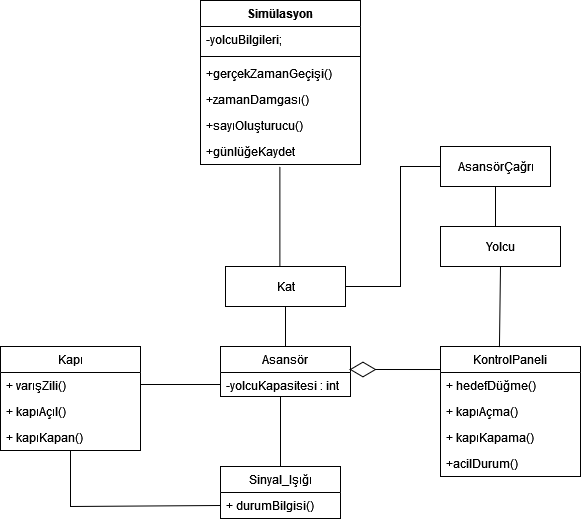
This is AsansorSim.drawio.png from Syenta-Elf/OOP-Diagrams, a draw.io export, as it was before one commit. Source tidied: cells renumbered, new cells last; positions are measured from the earlier drawing's top-left corner, leaving out a move shared by most shapes.
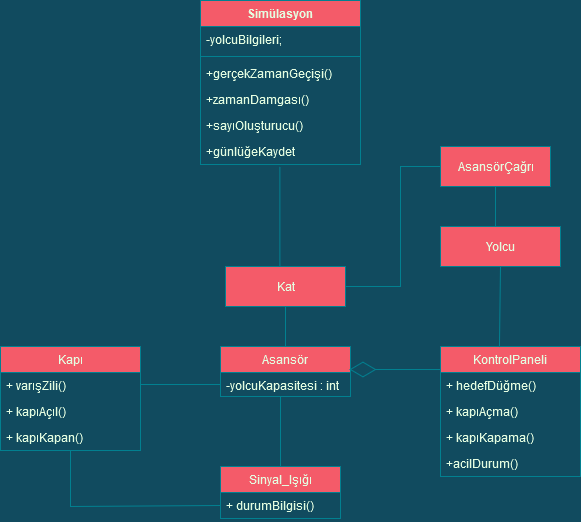
After the change.

Diff of the diagram source:
```diff
@@ -1,85 +1,85 @@
-<mxGraphModel background="#ffffff">
+<mxGraphModel background="#114B5F">
   <root>
     <mxCell id="0" />
     <mxCell id="1" parent="0" />
-    <mxCell id="2" value="&lt;div&gt;Kat&lt;/div&gt;" style="html=1;" parent="1" vertex="1">
+    <mxCell id="2" value="&lt;div&gt;Kat&lt;/div&gt;" style="html=1;fillColor=#F45B69;strokeColor=#028090;fontColor=#E4FDE1;" parent="1" vertex="1">
       <mxGeometry x="225" y="266" width="120" height="40" as="geometry" />
     </mxCell>
-    <mxCell id="3" value="Asansör" style="swimlane;fontStyle=0;horizontal=1;startSize=26;fillColor=none;" parent="1" vertex="1">
+    <mxCell id="3" value="Asansör" style="swimlane;fontStyle=0;horizontal=1;startSize=26;fillColor=#F45B69;strokeColor=#028090;fontColor=#E4FDE1;" parent="1" vertex="1">
       <mxGeometry x="220" y="346" width="130" height="50" as="geometry" />
     </mxCell>
-    <mxCell id="4" value="-yolcuKapasitesi : int" style="text;strokeColor=none;fillColor=none;align=left;verticalAlign=top;spacingLeft=4;spacingRight=4;overflow=hidden;points=[[0,0.5],[1,0.5]];portConstraint=eastwest;" parent="3" vertex="1">
+    <mxCell id="4" value="-yolcuKapasitesi : int" style="text;strokeColor=none;fillColor=none;align=left;verticalAlign=top;spacingLeft=4;spacingRight=4;overflow=hidden;points=[[0,0.5],[1,0.5]];portConstraint=eastwest;fontColor=#E4FDE1;" parent="3" vertex="1">
       <mxGeometry y="26" width="130" height="24" as="geometry" />
     </mxCell>
-    <mxCell id="5" value="&lt;div&gt;AsansörÇağrı&lt;/div&gt;" style="html=1;" parent="1" vertex="1">
+    <mxCell id="5" value="&lt;div&gt;AsansörÇağrı&lt;/div&gt;" style="html=1;fillColor=#F45B69;strokeColor=#028090;fontColor=#E4FDE1;" parent="1" vertex="1">
       <mxGeometry x="440" y="146" width="110" height="40" as="geometry" />
     </mxCell>
-    <mxCell id="6" value="KontrolPaneli" style="swimlane;fontStyle=0;horizontal=1;startSize=26;fillColor=none;" parent="1" vertex="1">
+    <mxCell id="6" value="KontrolPaneli" style="swimlane;fontStyle=0;horizontal=1;startSize=26;fillColor=#F45B69;strokeColor=#028090;fontColor=#E4FDE1;" parent="1" vertex="1">
       <mxGeometry x="440" y="346" width="140" height="130" as="geometry" />
     </mxCell>
-    <mxCell id="7" value="+ hedefDüğme()&#10;" style="text;strokeColor=none;fillColor=none;align=left;verticalAlign=top;spacingLeft=4;spacingRight=4;overflow=hidden;points=[[0,0.5],[1,0.5]];portConstraint=eastwest;" parent="6" vertex="1">
+    <mxCell id="7" value="+ hedefDüğme()&#10;" style="text;strokeColor=none;fillColor=none;align=left;verticalAlign=top;spacingLeft=4;spacingRight=4;overflow=hidden;points=[[0,0.5],[1,0.5]];portConstraint=eastwest;fontColor=#E4FDE1;" parent="6" vertex="1">
       <mxGeometry y="26" width="140" height="26" as="geometry" />
     </mxCell>
-    <mxCell id="8" value="+ kapıAçma()" style="text;strokeColor=none;fillColor=none;align=left;verticalAlign=top;spacingLeft=4;spacingRight=4;overflow=hidden;" parent="6" vertex="1">
+    <mxCell id="8" value="+ kapıAçma()" style="text;strokeColor=none;fillColor=none;align=left;verticalAlign=top;spacingLeft=4;spacingRight=4;overflow=hidden;fontColor=#E4FDE1;" parent="6" vertex="1">
       <mxGeometry y="52" width="140" height="26" as="geometry" />
     </mxCell>
-    <mxCell id="9" value="+ kapıKapama()" style="text;strokeColor=none;fillColor=none;align=left;verticalAlign=top;spacingLeft=4;spacingRight=4;overflow=hidden;" parent="6" vertex="1">
+    <mxCell id="9" value="+ kapıKapama()" style="text;strokeColor=none;fillColor=none;align=left;verticalAlign=top;spacingLeft=4;spacingRight=4;overflow=hidden;fontColor=#E4FDE1;" parent="6" vertex="1">
       <mxGeometry y="78" width="140" height="26" as="geometry" />
     </mxCell>
-    <mxCell id="10" value="+acilDurum()" style="text;strokeColor=none;fillColor=none;align=left;verticalAlign=top;spacingLeft=4;spacingRight=4;overflow=hidden;" parent="6" vertex="1">
+    <mxCell id="10" value="+acilDurum()" style="text;strokeColor=none;fillColor=none;align=left;verticalAlign=top;spacingLeft=4;spacingRight=4;overflow=hidden;fontColor=#E4FDE1;" parent="6" vertex="1">
       <mxGeometry y="104" width="140" height="26" as="geometry" />
     </mxCell>
-    <mxCell id="11" value="Kapı" style="swimlane;fontStyle=0;horizontal=1;startSize=26;fillColor=none;" parent="1" vertex="1">
+    <mxCell id="11" value="Kapı" style="swimlane;fontStyle=0;horizontal=1;startSize=26;fillColor=#F45B69;strokeColor=#028090;fontColor=#E4FDE1;" parent="1" vertex="1">
       <mxGeometry y="346" width="140" height="104" as="geometry" />
     </mxCell>
-    <mxCell id="12" value="+ varışZili()" style="text;strokeColor=none;fillColor=none;align=left;verticalAlign=top;spacingLeft=4;spacingRight=4;overflow=hidden;" parent="11" vertex="1">
+    <mxCell id="12" value="+ varışZili()" style="text;strokeColor=none;fillColor=none;align=left;verticalAlign=top;spacingLeft=4;spacingRight=4;overflow=hidden;fontColor=#E4FDE1;" parent="11" vertex="1">
       <mxGeometry y="26" width="140" height="26" as="geometry" />
     </mxCell>
-    <mxCell id="13" value="+ kapıAçıl()" style="text;strokeColor=none;fillColor=none;align=left;verticalAlign=top;spacingLeft=4;spacingRight=4;overflow=hidden;" parent="11" vertex="1">
+    <mxCell id="13" value="+ kapıAçıl()" style="text;strokeColor=none;fillColor=none;align=left;verticalAlign=top;spacingLeft=4;spacingRight=4;overflow=hidden;fontColor=#E4FDE1;" parent="11" vertex="1">
       <mxGeometry y="52" width="140" height="26" as="geometry" />
     </mxCell>
-    <mxCell id="14" value="+ kapıKapan()" style="text;strokeColor=none;fillColor=none;align=left;verticalAlign=top;spacingLeft=4;spacingRight=4;overflow=hidden;" parent="11" vertex="1">
+    <mxCell id="14" value="+ kapıKapan()" style="text;strokeColor=none;fillColor=none;align=left;verticalAlign=top;spacingLeft=4;spacingRight=4;overflow=hidden;fontColor=#E4FDE1;" parent="11" vertex="1">
       <mxGeometry y="78" width="140" height="26" as="geometry" />
     </mxCell>
-    <mxCell id="15" value="Sinyal_Işığı" style="swimlane;fontStyle=0;horizontal=1;startSize=26;fillColor=none;" parent="1" vertex="1">
+    <mxCell id="15" value="Sinyal_Işığı" style="swimlane;fontStyle=0;horizontal=1;startSize=26;fillColor=#F45B69;strokeColor=#028090;fontColor=#E4FDE1;" parent="1" vertex="1">
       <mxGeometry x="220" y="466" width="120" height="52" as="geometry" />
     </mxCell>
-    <mxCell id="16" value="+ durumBilgisi()" style="text;strokeColor=none;fillColor=none;align=left;verticalAlign=top;spacingLeft=4;spacingRight=4;overflow=hidden;points=[[0,0.5],[1,0.5]];portConstraint=eastwest;" parent="15" vertex="1">
+    <mxCell id="16" value="+ durumBilgisi()" style="text;strokeColor=none;fillColor=none;align=left;verticalAlign=top;spacingLeft=4;spacingRight=4;overflow=hidden;points=[[0,0.5],[1,0.5]];portConstraint=eastwest;fontColor=#E4FDE1;" parent="15" vertex="1">
       <mxGeometry y="26" width="120" height="26" as="geometry" />
     </mxCell>
-    <mxCell id="17" value="Simülasyon" style="swimlane;fontStyle=1;align=center;verticalAlign=top;horizontal=1;startSize=26;" parent="1" vertex="1">
+    <mxCell id="17" value="Simülasyon" style="swimlane;fontStyle=1;align=center;verticalAlign=top;horizontal=1;startSize=26;fillColor=#F45B69;strokeColor=#028090;fontColor=#E4FDE1;" parent="1" vertex="1">
       <mxGeometry x="200" width="160" height="164" as="geometry" />
     </mxCell>
-    <mxCell id="18" value="-yolcuBilgileri;&#10;" style="text;strokeColor=none;fillColor=none;align=left;verticalAlign=top;spacingLeft=4;spacingRight=4;overflow=hidden;" parent="17" vertex="1">
+    <mxCell id="18" value="-yolcuBilgileri;&#10;" style="text;strokeColor=none;fillColor=none;align=left;verticalAlign=top;spacingLeft=4;spacingRight=4;overflow=hidden;fontColor=#E4FDE1;" parent="17" vertex="1">
       <mxGeometry y="26" width="160" height="26" as="geometry" />
     </mxCell>
-    <mxCell id="19" style="line;strokeWidth=1;fillColor=none;align=left;verticalAlign=middle;spacingTop=-1;spacingLeft=3;spacingRight=3;labelPosition=right;" parent="17" vertex="1">
+    <mxCell id="19" style="line;strokeWidth=1;fillColor=none;align=left;verticalAlign=middle;spacingTop=-1;spacingLeft=3;spacingRight=3;labelPosition=right;labelBackgroundColor=#114B5F;strokeColor=#028090;fontColor=#E4FDE1;" parent="17" vertex="1">
       <mxGeometry y="52" width="160" height="8" as="geometry" />
     </mxCell>
-    <mxCell id="20" value="+gerçekZamanGeçişi()" style="text;strokeColor=none;fillColor=none;align=left;verticalAlign=top;spacingLeft=4;spacingRight=4;overflow=hidden;" parent="17" vertex="1">
+    <mxCell id="20" value="+gerçekZamanGeçişi()" style="text;strokeColor=none;fillColor=none;align=left;verticalAlign=top;spacingLeft=4;spacingRight=4;overflow=hidden;fontColor=#E4FDE1;" parent="17" vertex="1">
       <mxGeometry y="60" width="160" height="26" as="geometry" />
     </mxCell>
-    <mxCell id="21" value="+zamanDamgası()&#10;" style="text;strokeColor=none;fillColor=none;align=left;verticalAlign=top;spacingLeft=4;spacingRight=4;overflow=hidden;" parent="17" vertex="1">
+    <mxCell id="21" value="+zamanDamgası()&#10;" style="text;strokeColor=none;fillColor=none;align=left;verticalAlign=top;spacingLeft=4;spacingRight=4;overflow=hidden;fontColor=#E4FDE1;" parent="17" vertex="1">
       <mxGeometry y="86" width="160" height="26" as="geometry" />
     </mxCell>
-    <mxCell id="22" value="+sayıOluşturucu()" style="text;strokeColor=none;fillColor=none;align=left;verticalAlign=top;spacingLeft=4;spacingRight=4;overflow=hidden;" parent="17" vertex="1">
+    <mxCell id="22" value="+sayıOluşturucu()" style="text;strokeColor=none;fillColor=none;align=left;verticalAlign=top;spacingLeft=4;spacingRight=4;overflow=hidden;fontColor=#E4FDE1;" parent="17" vertex="1">
       <mxGeometry y="112" width="160" height="26" as="geometry" />
     </mxCell>
-    <mxCell id="23" value="+günlüğeKaydet" style="text;strokeColor=none;fillColor=none;align=left;verticalAlign=top;spacingLeft=4;spacingRight=4;overflow=hidden;" parent="17" vertex="1">
+    <mxCell id="23" value="+günlüğeKaydet" style="text;strokeColor=none;fillColor=none;align=left;verticalAlign=top;spacingLeft=4;spacingRight=4;overflow=hidden;fontColor=#E4FDE1;" parent="17" vertex="1">
       <mxGeometry y="138" width="160" height="26" as="geometry" />
     </mxCell>
-    <mxCell id="24" style="endArrow=diamondThin;endFill=0;endSize=24;html=1;rounded=0;entryX=0.992;entryY=-0.125;entryDx=0;entryDy=0;entryPerimeter=0;exitX=0;exitY=-0.115;exitDx=0;exitDy=0;exitPerimeter=0;" parent="1" edge="1" source="7" target="4">
+    <mxCell id="24" style="endArrow=diamondThin;endFill=0;endSize=24;html=1;rounded=0;entryX=0.992;entryY=-0.125;entryDx=0;entryDy=0;entryPerimeter=0;exitX=0;exitY=-0.115;exitDx=0;exitDy=0;exitPerimeter=0;labelBackgroundColor=#114B5F;strokeColor=#028090;fontColor=#E4FDE1;" parent="1" edge="1" source="7" target="4">
       <mxGeometry relative="1" as="geometry" />
     </mxCell>
-    <mxCell id="25" style="endArrow=none;html=1;rounded=0;exitX=0.5;exitY=0;exitDx=0;exitDy=0;entryX=0.5;entryY=1;entryDx=0;entryDy=0;" parent="1" edge="1" source="3" target="2">
+    <mxCell id="25" style="endArrow=none;html=1;rounded=0;exitX=0.5;exitY=0;exitDx=0;exitDy=0;entryX=0.5;entryY=1;entryDx=0;entryDy=0;labelBackgroundColor=#114B5F;strokeColor=#028090;fontColor=#E4FDE1;" parent="1" edge="1" source="3" target="2">
       <mxGeometry relative="1" as="geometry" />
     </mxCell>
-    <mxCell id="26" style="endArrow=none;html=1;rounded=0;entryX=0;entryY=0.5;entryDx=0;entryDy=0;" parent="1" edge="1" target="4">
+    <mxCell id="26" style="endArrow=none;html=1;rounded=0;entryX=0;entryY=0.5;entryDx=0;entryDy=0;labelBackgroundColor=#114B5F;strokeColor=#028090;fontColor=#E4FDE1;" parent="1" edge="1" target="4">
       <mxGeometry relative="1" as="geometry">
         <mxPoint x="140" y="384" as="sourcePoint" />
       </mxGeometry>
     </mxCell>
-    <mxCell id="27" style="endArrow=none;html=1;rounded=0;entryX=1;entryY=0.5;entryDx=0;entryDy=0;exitX=0;exitY=0.5;exitDx=0;exitDy=0;" parent="1" edge="1" source="5" target="2">
+    <mxCell id="27" style="endArrow=none;html=1;rounded=0;entryX=1;entryY=0.5;entryDx=0;entryDy=0;exitX=0;exitY=0.5;exitDx=0;exitDy=0;labelBackgroundColor=#114B5F;strokeColor=#028090;fontColor=#E4FDE1;" parent="1" edge="1" source="5" target="2">
       <mxGeometry relative="1" as="geometry">
         <Array as="points">
           <mxPoint x="400" y="166" />
@@ -87,33 +87,33 @@
         </Array>
       </mxGeometry>
     </mxCell>
-    <mxCell id="28" style="endArrow=none;html=1;rounded=0;entryX=0.5;entryY=1;entryDx=0;entryDy=0;exitX=0;exitY=0.5;exitDx=0;exitDy=0;" parent="1" edge="1" source="16" target="11">
+    <mxCell id="28" style="endArrow=none;html=1;rounded=0;entryX=0.5;entryY=1;entryDx=0;entryDy=0;exitX=0;exitY=0.5;exitDx=0;exitDy=0;labelBackgroundColor=#114B5F;strokeColor=#028090;fontColor=#E4FDE1;" parent="1" edge="1" source="16" target="11">
       <mxGeometry relative="1" as="geometry">
         <Array as="points">
           <mxPoint x="70" y="506" />
         </Array>
       </mxGeometry>
     </mxCell>
-    <mxCell id="29" style="endArrow=none;html=1;rounded=0;exitX=0.5;exitY=0;exitDx=0;exitDy=0;" parent="1" edge="1" source="15">
+    <mxCell id="29" style="endArrow=none;html=1;rounded=0;exitX=0.5;exitY=0;exitDx=0;exitDy=0;labelBackgroundColor=#114B5F;strokeColor=#028090;fontColor=#E4FDE1;" parent="1" edge="1" source="15">
       <mxGeometry relative="1" as="geometry">
         <mxPoint x="280" y="396" as="targetPoint" />
       </mxGeometry>
     </mxCell>
-    <mxCell id="30" style="endArrow=none;html=1;rounded=0;" parent="1" edge="1">
+    <mxCell id="30" style="endArrow=none;html=1;rounded=0;labelBackgroundColor=#114B5F;strokeColor=#028090;fontColor=#E4FDE1;" parent="1" edge="1">
       <mxGeometry relative="1" as="geometry">
         <mxPoint x="279.4" y="166" as="sourcePoint" />
         <mxPoint x="279.4" y="266" as="targetPoint" />
       </mxGeometry>
     </mxCell>
-    <mxCell id="31" style="endArrow=none;html=1;rounded=0;entryX=0.5;entryY=1;entryDx=0;entryDy=0;" parent="1" edge="1" target="5">
+    <mxCell id="31" style="endArrow=none;html=1;rounded=0;entryX=0.5;entryY=1;entryDx=0;entryDy=0;labelBackgroundColor=#114B5F;strokeColor=#028090;fontColor=#E4FDE1;" parent="1" edge="1" target="5">
       <mxGeometry relative="1" as="geometry">
         <mxPoint x="495" y="226" as="sourcePoint" />
       </mxGeometry>
     </mxCell>
-    <mxCell id="32" value="Yolcu" style="rounded=0;whiteSpace=wrap;html=1;" parent="1" vertex="1">
+    <mxCell id="32" value="Yolcu" style="rounded=0;whiteSpace=wrap;html=1;fillColor=#F45B69;strokeColor=#028090;fontColor=#E4FDE1;" parent="1" vertex="1">
       <mxGeometry x="440" y="226" width="120" height="40" as="geometry" />
     </mxCell>
-    <mxCell id="33" style="endArrow=none;html=1;rounded=0;entryX=0.5;entryY=1;entryDx=0;entryDy=0;exitX=0.421;exitY=0.005;exitDx=0;exitDy=0;exitPerimeter=0;" parent="1" edge="1" source="6" target="32">
+    <mxCell id="33" style="endArrow=none;html=1;rounded=0;entryX=0.5;entryY=1;entryDx=0;entryDy=0;exitX=0.421;exitY=0.005;exitDx=0;exitDy=0;exitPerimeter=0;labelBackgroundColor=#114B5F;strokeColor=#028090;fontColor=#E4FDE1;" parent="1" edge="1" source="6" target="32">
       <mxGeometry relative="1" as="geometry" />
     </mxCell>
   </root>
```
